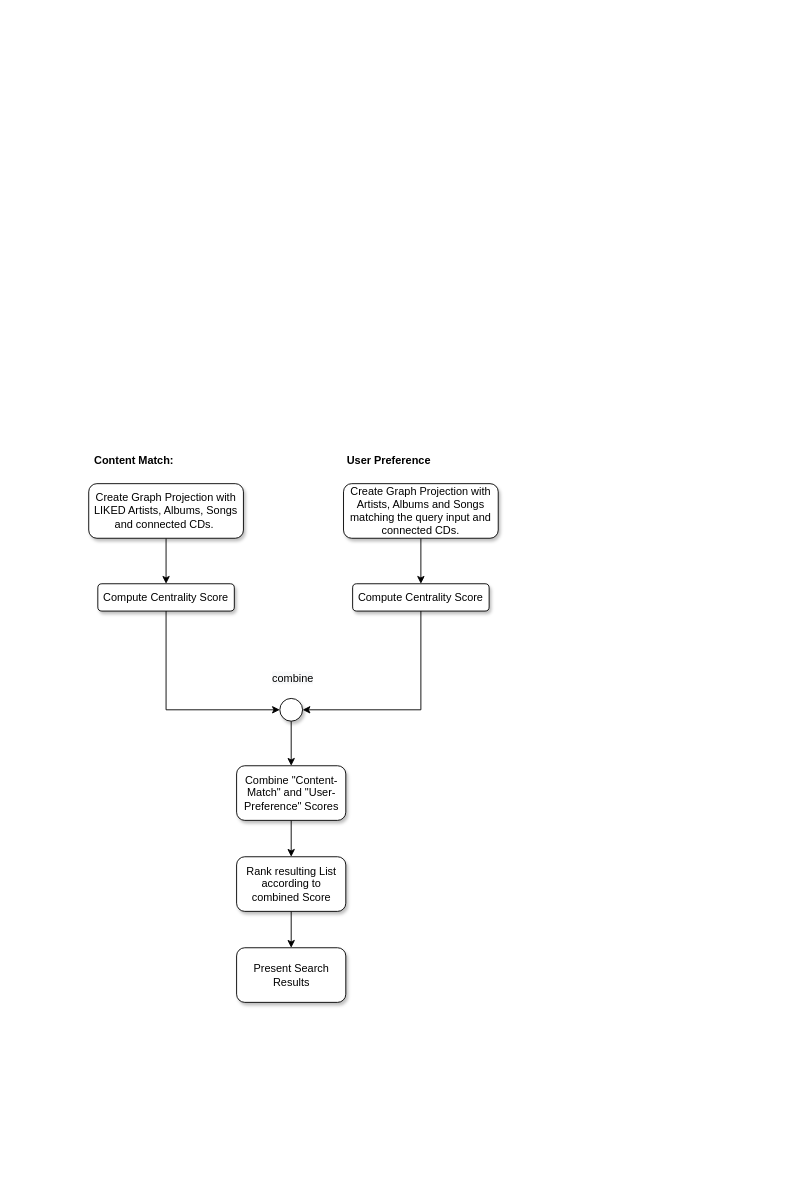
Before: Tasks/search.drawio in julianschelb/gdma-project, a draw.io diagram. Source tidied: cells renumbered, new cells numbered last; positions are measured from the earlier drawing's top-left corner, leaving out a move shared by most shapes. Both pictures are drawn from the tidied source at 91%, with x=0, y=0 at pixel (88, 447).
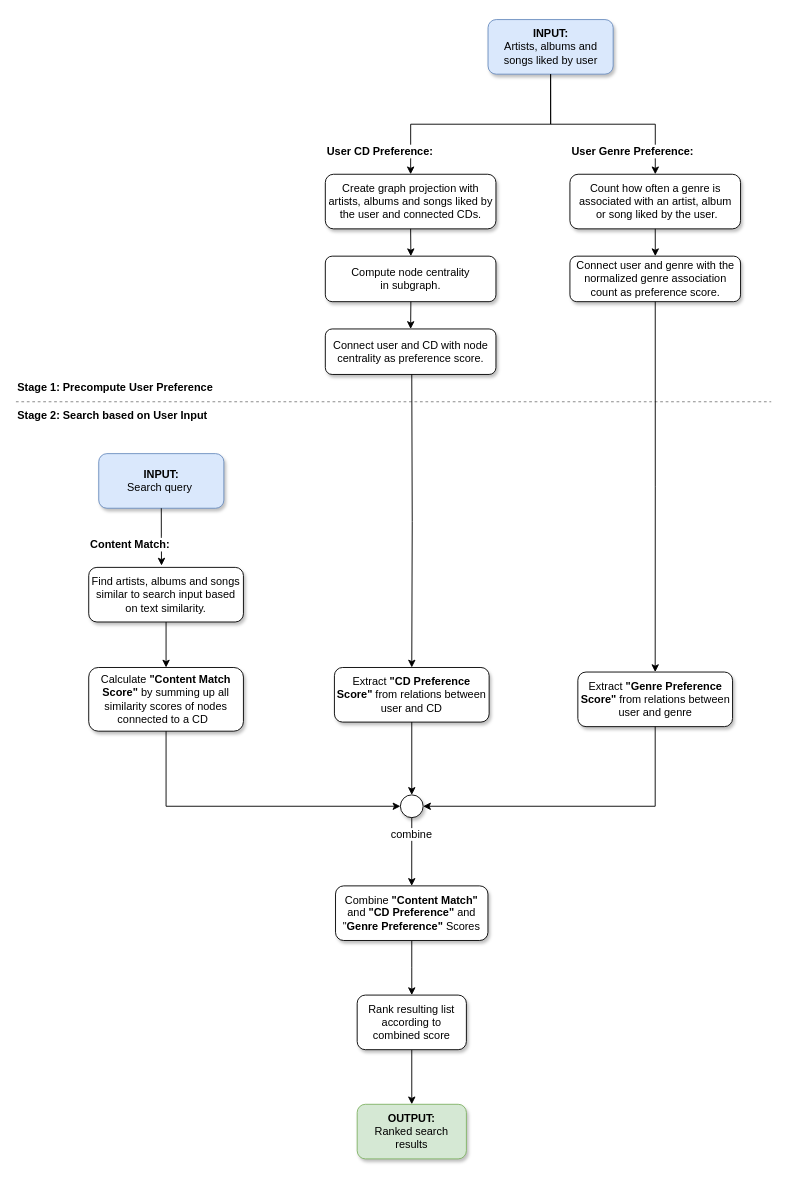
The same diagram, later.

Commit message (it also covers changes not shown here):
Search demo and report

What changed in the source:
```diff
@@
-    <mxCell id="2" style="edgeStyle=orthogonalEdgeStyle;rounded=0;jettySize=auto;html=1;entryX=0;entryY=0.5;entryDx=0;entryDy=0;" parent="1" edge="1" source="3" target="11">
-      <mxGeometry relative="1" as="geometry">
-        <Array as="points">
-          <mxPoint x="85" y="289" />
-        </Array>
-      </mxGeometry>
-    </mxCell>
-    <mxCell id="3" value="Compute Centrality Score" style="rounded=1;whiteSpace=wrap;html=1;shadow=1;" parent="1" vertex="1">
-      <mxGeometry x="10" y="150" width="150" height="30" as="geometry" />
+    <mxCell id="3" value="Calculate &lt;b&gt;&quot;Content Match Score&quot;&lt;/b&gt; by summing up all similarity scores of nodes connected to a CD&amp;nbsp;&amp;nbsp;" style="rounded=1;whiteSpace=wrap;html=1;shadow=1;" parent="1" vertex="1">
+      <mxGeometry y="242" width="170" height="70" as="geometry" />
     </mxCell>
@@
-    <mxCell id="5" value="Create Graph Projection with LIKED Artists, Albums, Songs and connected CDs.&amp;nbsp;" style="rounded=1;whiteSpace=wrap;html=1;shadow=1;" parent="1" vertex="1">
-      <mxGeometry y="40" width="170" height="60" as="geometry" />
+    <mxCell id="5" value="Find artists, albums and songs similar to search input based on text similarity." style="rounded=1;whiteSpace=wrap;html=1;shadow=1;" parent="1" vertex="1">
+      <mxGeometry y="132" width="170" height="60" as="geometry" />
     </mxCell>
-    <mxCell id="6" style="edgeStyle=orthogonalEdgeStyle;rounded=0;jettySize=auto;html=1;entryX=1;entryY=0.5;entryDx=0;entryDy=0;" parent="1" edge="1" source="7" target="11">
-      <mxGeometry relative="1" as="geometry">
-        <Array as="points">
-          <mxPoint x="365" y="289" />
-        </Array>
-      </mxGeometry>
-    </mxCell>
-    <mxCell id="7" value="Compute Centrality Score" style="rounded=1;whiteSpace=wrap;html=1;shadow=1;" parent="1" vertex="1">
-      <mxGeometry x="290" y="150" width="150" height="30" as="geometry" />
-    </mxCell>
@@
-    <mxCell id="9" value="Rank resulting List according to combined Score" style="rounded=1;whiteSpace=wrap;html=1;shadow=1;" parent="1" vertex="1">
-      <mxGeometry x="162.5" y="450" width="120" height="60" as="geometry" />
+    <mxCell id="9" value="Rank resulting list according to combined score" style="rounded=1;whiteSpace=wrap;html=1;shadow=1;" parent="1" vertex="1">
+      <mxGeometry x="295" y="602" width="120" height="60" as="geometry" />
     </mxCell>
-    <mxCell id="10" style="edgeStyle=orthogonalEdgeStyle;rounded=0;jettySize=auto;html=1;" parent="1" edge="1" source="11" target="13">
-      <mxGeometry relative="1" as="geometry" />
-    </mxCell>
     <mxCell id="11" style="ellipse;whiteSpace=wrap;html=1;shadow=1;" parent="1" vertex="1">
-      <mxGeometry x="210" y="276" width="25" height="25" as="geometry" />
+      <mxGeometry x="342.5" y="382" width="25" height="25" as="geometry" />
     </mxCell>
@@
-    <mxCell id="13" value="Combine &quot;Content-Match&quot; and &quot;User-Preference&quot; Scores" style="rounded=1;whiteSpace=wrap;html=1;shadow=1;" parent="1" vertex="1">
-      <mxGeometry x="162.5" y="350" width="120" height="60" as="geometry" />
+    <mxCell id="13" value="Combine &lt;b&gt;&quot;Content Match&quot; &lt;/b&gt;and &lt;b&gt;&quot;CD Preference&quot;&lt;/b&gt; and &quot;&lt;b&gt;Genre Preference&quot;&lt;/b&gt; Scores" style="rounded=1;whiteSpace=wrap;html=1;shadow=1;" parent="1" vertex="1">
+      <mxGeometry x="271.2" y="482" width="167.5" height="60" as="geometry" />
     </mxCell>
-    <mxCell id="14" value="Present Search Results" style="rounded=1;whiteSpace=wrap;html=1;shadow=1;" parent="1" vertex="1">
-      <mxGeometry x="162.5" y="550" width="120" height="60" as="geometry" />
+    <mxCell id="14" value="&lt;b&gt;OUTPUT:&lt;br&gt;&lt;/b&gt;Ranked search results" style="rounded=1;whiteSpace=wrap;html=1;shadow=1;fillColor=#d5e8d4;strokeColor=#82b366;" parent="1" vertex="1">
+      <mxGeometry x="295" y="722" width="120" height="60" as="geometry" />
     </mxCell>
-    <mxCell id="15" style="edgeStyle=orthogonalEdgeStyle;rounded=0;jettySize=auto;html=1;entryX=0.5;entryY=0;entryDx=0;entryDy=0;" parent="1" edge="1" source="16" target="7">
-      <mxGeometry relative="1" as="geometry" />
-    </mxCell>
-    <mxCell id="16" value="Create Graph Projection with Artists, Albums and Songs matching the query input and connected CDs." style="rounded=1;whiteSpace=wrap;html=1;shadow=1;" parent="1" vertex="1">
-      <mxGeometry x="280" y="40" width="170" height="60" as="geometry" />
+    <mxCell id="16" value="Count how often a genre is associated with an artist, album&lt;br&gt;&amp;nbsp;or song liked by the user." style="rounded=1;whiteSpace=wrap;html=1;shadow=1;" parent="1" vertex="1">
+      <mxGeometry x="528.8" y="-300" width="187.5" height="60" as="geometry" />
     </mxCell>
+    <mxCell id="20" value="Stage 1: Precompute User Preference" style="text;html=1;strokeColor=none;fillColor=none;align=left;verticalAlign=middle;whiteSpace=wrap;rounded=0;fontStyle=1;" parent="1" vertex="1">
+      <mxGeometry x="-80" y="-80" width="230" height="30" as="geometry" />
+    </mxCell>
+    <mxCell id="21" value="Create graph projection with artists, albums and songs liked&amp;nbsp;by the user and connected CDs." style="rounded=1;whiteSpace=wrap;html=1;shadow=1;" parent="1" vertex="1">
+      <mxGeometry x="260" y="-300" width="187.5" height="60" as="geometry" />
+    </mxCell>
+    <mxCell id="22" value="Stage 2: Search based on User Input" style="text;html=1;strokeColor=none;fillColor=none;align=left;verticalAlign=middle;whiteSpace=wrap;rounded=0;fontStyle=1;" parent="1" vertex="1">
+      <mxGeometry x="-80" y="-50" width="230" height="30" as="geometry" />
+    </mxCell>
+    <mxCell id="23" style="endArrow=none;dashed=1;html=1;rounded=0;strokeColor=#808080;" parent="1" edge="1" target="22">
+      <mxGeometry relative="1" as="geometry">
+        <mxPoint x="-80" y="-50" as="sourcePoint" />
+      </mxGeometry>
+    </mxCell>
+    <mxCell id="24" value="Compute node centrality &lt;br&gt;in subgraph." style="rounded=1;whiteSpace=wrap;html=1;shadow=1;" parent="1" vertex="1">
+      <mxGeometry x="260" y="-210" width="187.5" height="50" as="geometry" />
+    </mxCell>
+    <mxCell id="25" value="Connect user and genre with the normalized genre association count as preference score." style="rounded=1;whiteSpace=wrap;html=1;shadow=1;" parent="1" vertex="1">
+      <mxGeometry x="528.8" y="-210" width="187.5" height="50" as="geometry" />
+    </mxCell>
+    <mxCell id="26" value="Connect user and CD with node centrality as preference score." style="rounded=1;whiteSpace=wrap;html=1;shadow=1;" parent="1" vertex="1">
+      <mxGeometry x="260" y="-130" width="187.5" height="50" as="geometry" />
+    </mxCell>
+    <mxCell id="27" style="endArrow=none;dashed=1;html=1;rounded=0;strokeColor=#808080;startArrow=none;exitX=0;exitY=1;exitDx=0;exitDy=0;" parent="1" edge="1" source="20">
+      <mxGeometry relative="1" as="geometry">
+        <mxPoint x="750" y="-50" as="targetPoint" />
+      </mxGeometry>
+    </mxCell>
+    <mxCell id="28" value="Extract &lt;b&gt;&quot;CD Preference Score&quot;&lt;/b&gt; from relations between user and CD" style="rounded=1;whiteSpace=wrap;html=1;shadow=1;" parent="1" vertex="1">
+      <mxGeometry x="270" y="242" width="170" height="60" as="geometry" />
+    </mxCell>
+    <mxCell id="29" value="Extract &lt;b&gt;&quot;Genre Preference Score&quot; &lt;/b&gt;from relations between user and genre" style="rounded=1;whiteSpace=wrap;html=1;shadow=1;" parent="1" vertex="1">
+      <mxGeometry x="537.5" y="247" width="170" height="60" as="geometry" />
+    </mxCell>
+    <mxCell id="30" style="edgeStyle=orthogonalEdgeStyle;rounded=0;orthogonalLoop=1;jettySize=auto;html=1;exitX=0.5;exitY=1;exitDx=0;exitDy=0;dashed=1;strokeColor=#808080;" parent="1" edge="1" source="28" target="28">
+      <mxGeometry relative="1" as="geometry" />
+    </mxCell>
+    <mxCell id="31" style="edgeStyle=orthogonalEdgeStyle;rounded=0;jettySize=auto;html=1;entryX=0.5;entryY=0;entryDx=0;entryDy=0;exitX=0.5;exitY=1;exitDx=0;exitDy=0;" parent="1" edge="1" source="28" target="11">
+      <mxGeometry relative="1" as="geometry" />
+    </mxCell>
+    <mxCell id="2" style="edgeStyle=orthogonalEdgeStyle;rounded=0;jettySize=auto;html=1;entryX=0;entryY=0.5;entryDx=0;entryDy=0;exitX=0.5;exitY=1;exitDx=0;exitDy=0;" parent="1" edge="1" source="3" target="11">
+      <mxGeometry relative="1" as="geometry" />
+    </mxCell>
+    <mxCell id="32" style="edgeStyle=orthogonalEdgeStyle;rounded=0;jettySize=auto;html=1;entryX=1;entryY=0.5;entryDx=0;entryDy=0;exitX=0.5;exitY=1;exitDx=0;exitDy=0;" parent="1" edge="1" source="29" target="11">
+      <mxGeometry relative="1" as="geometry" />
+    </mxCell>
+    <mxCell id="10" style="edgeStyle=orthogonalEdgeStyle;rounded=0;jettySize=auto;html=1;entryX=0.5;entryY=0;entryDx=0;entryDy=0;exitX=0.5;exitY=1;exitDx=0;exitDy=0;" parent="1" edge="1" source="11" target="13">
+      <mxGeometry relative="1" as="geometry" />
+    </mxCell>
-    <mxCell id="17" value="&lt;span style=&quot;color: rgb(0, 0, 0); font-family: Helvetica; font-size: 12px; font-style: normal; font-variant-ligatures: normal; font-variant-caps: normal; font-weight: 400; letter-spacing: normal; orphans: 2; text-align: center; text-indent: 0px; text-transform: none; widows: 2; word-spacing: 0px; -webkit-text-stroke-width: 0px; background-color: rgb(248, 249, 250); text-decoration-thickness: initial; text-decoration-style: initial; text-decoration-color: initial; float: none; display: inline !important;&quot;&gt;combine&lt;/span&gt;" style="text;whiteSpace=wrap;html=1;" parent="1" vertex="1">
-      <mxGeometry x="200" y="240" width="70" height="30" as="geometry" />
+    <mxCell id="17" value="&lt;span style=&quot;color: rgb(0, 0, 0); font-family: Helvetica; font-size: 12px; font-style: normal; font-variant-ligatures: normal; font-variant-caps: normal; font-weight: 400; letter-spacing: normal; orphans: 2; text-indent: 0px; text-transform: none; widows: 2; word-spacing: 0px; -webkit-text-stroke-width: 0px; text-decoration-thickness: initial; text-decoration-style: initial; text-decoration-color: initial; float: none; display: inline !important;&quot;&gt;combine&lt;/span&gt;" style="text;whiteSpace=wrap;html=1;align=center;labelBackgroundColor=#FFFFFF;" parent="1" vertex="1">
+      <mxGeometry x="320" y="412" width="70" height="30" as="geometry" />
     </mxCell>
+    <mxCell id="33" style="edgeStyle=orthogonalEdgeStyle;rounded=0;jettySize=auto;html=1;exitX=0.5;exitY=1;exitDx=0;exitDy=0;" parent="1" edge="1" source="21">
+      <mxGeometry relative="1" as="geometry">
+        <mxPoint x="354" y="-210" as="targetPoint" />
+      </mxGeometry>
+    </mxCell>
+    <mxCell id="34" style="edgeStyle=orthogonalEdgeStyle;rounded=0;jettySize=auto;html=1;entryX=0.5;entryY=0;entryDx=0;entryDy=0;" parent="1" edge="1" target="26">
+      <mxGeometry relative="1" as="geometry">
+        <mxPoint x="354" y="-160" as="sourcePoint" />
+      </mxGeometry>
+    </mxCell>
+    <mxCell id="35" style="edgeStyle=orthogonalEdgeStyle;rounded=0;jettySize=auto;html=1;" parent="1" edge="1" target="28">
+      <mxGeometry relative="1" as="geometry">
+        <mxPoint x="355" y="-80" as="sourcePoint" />
+      </mxGeometry>
+    </mxCell>
+    <mxCell id="36" style="edgeStyle=orthogonalEdgeStyle;rounded=0;jettySize=auto;html=1;exitX=0.5;exitY=1;exitDx=0;exitDy=0;" parent="1" edge="1" source="16" target="25">
+      <mxGeometry relative="1" as="geometry" />
+    </mxCell>
+    <mxCell id="37" style="edgeStyle=orthogonalEdgeStyle;rounded=0;jettySize=auto;html=1;exitX=0.5;exitY=1;exitDx=0;exitDy=0;entryX=0.5;entryY=0;entryDx=0;entryDy=0;" parent="1" edge="1" source="25" target="29">
+      <mxGeometry relative="1" as="geometry" />
+    </mxCell>
+    <mxCell id="38" value="&lt;b&gt;INPUT:&lt;/b&gt;&lt;br&gt;Artists, albums and songs liked by user" style="rounded=1;whiteSpace=wrap;html=1;shadow=1;fillColor=#dae8fc;strokeColor=#6c8ebf;" parent="1" vertex="1">
+      <mxGeometry x="438.8" y="-470" width="137.5" height="60" as="geometry" />
+    </mxCell>
+    <mxCell id="39" style="edgeStyle=orthogonalEdgeStyle;rounded=0;jettySize=auto;html=1;exitX=0.5;exitY=1;exitDx=0;exitDy=0;entryX=0.5;entryY=0;entryDx=0;entryDy=0;" parent="1" edge="1" source="38" target="21">
+      <mxGeometry relative="1" as="geometry" />
+    </mxCell>
+    <mxCell id="19" value="User CD Preference:" style="text;html=1;strokeColor=none;fillColor=none;align=left;verticalAlign=middle;whiteSpace=wrap;rounded=0;fontStyle=1;labelBackgroundColor=#FFFFFF;" parent="1" vertex="1">
+      <mxGeometry x="260" y="-340" width="130" height="30" as="geometry" />
+    </mxCell>
+    <mxCell id="40" style="edgeStyle=orthogonalEdgeStyle;rounded=0;jettySize=auto;html=1;exitX=0.5;exitY=1;exitDx=0;exitDy=0;" parent="1" edge="1" source="38" target="16">
+      <mxGeometry relative="1" as="geometry" />
+    </mxCell>
+    <mxCell id="41" value="User Genre Preference:" style="text;html=1;strokeColor=none;fillColor=none;align=left;verticalAlign=middle;whiteSpace=wrap;rounded=0;fontStyle=1;labelBackgroundColor=#FFFFFF;" parent="1" vertex="1">
+      <mxGeometry x="528.8" y="-340" width="150" height="30" as="geometry" />
+    </mxCell>
+    <mxCell id="42" value="&lt;b&gt;INPUT:&lt;/b&gt;&lt;br&gt;Search query&amp;nbsp;" style="rounded=1;whiteSpace=wrap;html=1;shadow=1;fillColor=#dae8fc;strokeColor=#6c8ebf;" parent="1" vertex="1">
+      <mxGeometry x="11" y="7" width="137.5" height="60" as="geometry" />
+    </mxCell>
+    <mxCell id="43" style="edgeStyle=orthogonalEdgeStyle;rounded=0;jettySize=auto;html=1;exitX=0.5;exitY=1;exitDx=0;exitDy=0;" parent="1" edge="1" source="42">
+      <mxGeometry relative="1" as="geometry">
+        <mxPoint x="80" y="130" as="targetPoint" />
+      </mxGeometry>
+    </mxCell>
-    <mxCell id="18" value="Content Match:" style="text;html=1;strokeColor=none;fillColor=none;align=center;verticalAlign=middle;whiteSpace=wrap;rounded=0;fontStyle=1;" parent="1" vertex="1">
-      <mxGeometry width="100" height="30" as="geometry" />
+    <mxCell id="18" value="Content Match:" style="text;html=1;strokeColor=none;fillColor=none;align=left;verticalAlign=middle;whiteSpace=wrap;rounded=0;fontStyle=1;labelBackgroundColor=#FFFFFF;" parent="1" vertex="1">
+      <mxGeometry y="92" width="100" height="30" as="geometry" />
     </mxCell>
-    <mxCell id="19" value="User Preference" style="text;html=1;strokeColor=none;fillColor=none;align=center;verticalAlign=middle;whiteSpace=wrap;rounded=0;fontStyle=1;" parent="1" vertex="1">
-      <mxGeometry x="280" width="100" height="30" as="geometry" />
-    </mxCell>
```
